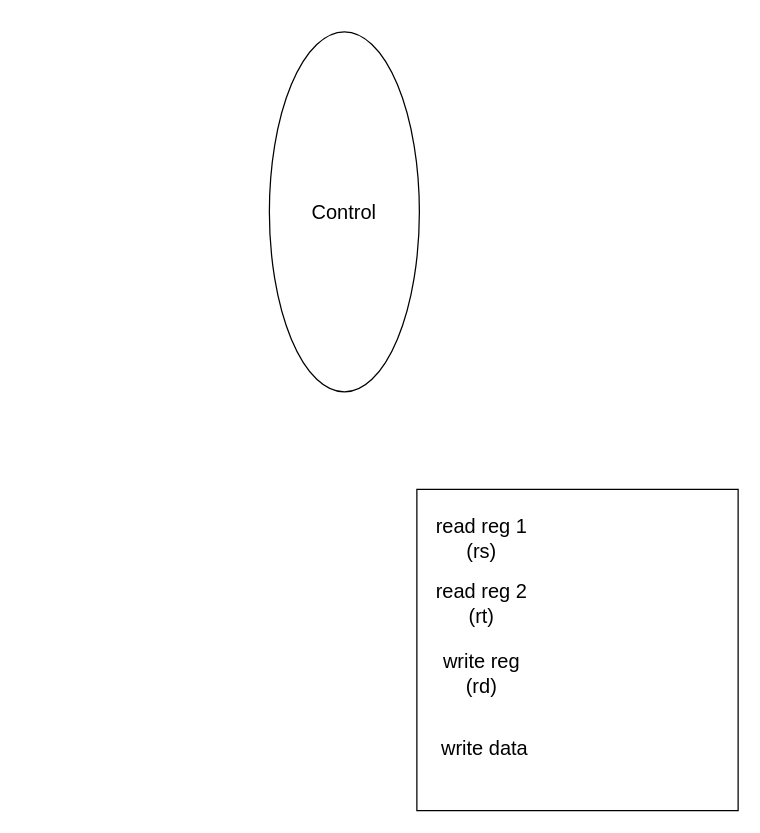
abhinavnandwani/mips-r2000-microprocessor keeps this draw.io diagram as schematic.drawio. Above is the earlier version. Source tidied: cells renumbered, new cells numbered last; positions are measured from the earlier drawing's top-left corner, leaving out a move shared by most shapes. Both pictures are drawn from the tidied source at 125%, with x=0, y=0 at pixel (164, 136).
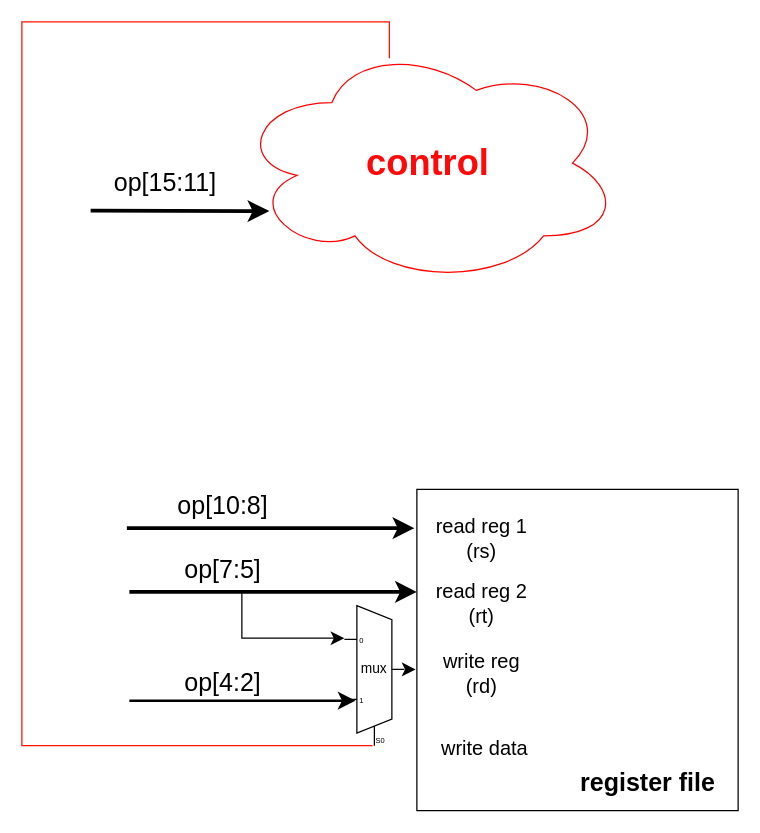
Above is the later version.

The edit, as a diff of the source:
```diff
@@
-    <mxCell id="7" style="ellipse;whiteSpace=wrap;html=1;rotation=-90;" parent="1" vertex="1">
-      <mxGeometry width="288" height="120" as="geometry" />
-    </mxCell>
-    <mxCell id="8" value="Control" style="text;html=1;align=center;verticalAlign=middle;whiteSpace=wrap;rounded=0;fontSize=16;" parent="1" vertex="1">
-      <mxGeometry x="114" y="46.5" width="60" height="27" as="geometry" />
-    </mxCell>
+    <mxCell id="9" style="endArrow=classic;html=1;rounded=0;fontSize=12;startSize=8;endSize=8;curved=1;strokeWidth=3;" parent="1" edge="1">
+      <mxGeometry relative="1" as="geometry">
+        <mxPoint x="-59" y="59" as="sourcePoint" />
+        <mxPoint x="84" y="59.4" as="targetPoint" />
+      </mxGeometry>
+    </mxCell>
+    <mxCell id="10" value="op[15:11]" style="text;html=1;align=center;verticalAlign=middle;whiteSpace=wrap;rounded=0;fontSize=20;" parent="1" vertex="1">
+      <mxGeometry x="-29" y="21" width="60" height="30" as="geometry" />
+    </mxCell>
+    <mxCell id="11" style="endArrow=classic;html=1;rounded=0;fontSize=12;startSize=8;endSize=8;curved=1;strokeWidth=3;" parent="1" edge="1">
+      <mxGeometry relative="1" as="geometry">
+        <mxPoint x="-30" y="313" as="sourcePoint" />
+        <mxPoint x="200" y="313" as="targetPoint" />
+      </mxGeometry>
+    </mxCell>
+    <mxCell id="12" value="op[10:8]" style="text;html=1;align=center;verticalAlign=middle;whiteSpace=wrap;rounded=0;fontSize=20;" parent="1" vertex="1">
+      <mxGeometry x="17" y="279" width="60" height="30" as="geometry" />
+    </mxCell>
+    <mxCell id="13" style="endArrow=classic;html=1;rounded=0;fontSize=12;startSize=8;endSize=8;curved=1;strokeWidth=3;" parent="1" edge="1">
+      <mxGeometry relative="1" as="geometry">
+        <mxPoint x="-28" y="364" as="sourcePoint" />
+        <mxPoint x="202" y="364" as="targetPoint" />
+      </mxGeometry>
+    </mxCell>
+    <mxCell id="14" value="op[7:5]" style="text;html=1;align=center;verticalAlign=middle;whiteSpace=wrap;rounded=0;fontSize=20;" parent="1" vertex="1">
+      <mxGeometry x="17" y="330" width="60" height="30" as="geometry" />
+    </mxCell>
+    <mxCell id="15" style="shadow=0;dashed=0;align=center;html=1;strokeWidth=1;shape=mxgraph.electrical.abstract.mux2;whiteSpace=wrap;" parent="1" vertex="1">
+      <mxGeometry x="144" y="375" width="48" height="112" as="geometry" />
+    </mxCell>
+    <mxCell id="16" style="endArrow=classic;html=1;rounded=0;fontSize=12;startSize=8;endSize=8;strokeWidth=1;entryX=0;entryY=0.2058011049723757;entryDx=0;entryDy=3;entryPerimeter=0;edgeStyle=orthogonalEdgeStyle;" parent="1" edge="1" target="15">
+      <mxGeometry relative="1" as="geometry">
+        <mxPoint x="62" y="365" as="sourcePoint" />
+        <Array as="points">
+          <mxPoint x="62" y="401" />
+        </Array>
+      </mxGeometry>
+    </mxCell>
+    <mxCell id="17" style="endArrow=classic;html=1;rounded=0;fontSize=12;startSize=8;endSize=8;curved=1;" parent="1" edge="1">
+      <mxGeometry relative="1" as="geometry">
+        <mxPoint x="195" y="426" as="sourcePoint" />
+        <mxPoint x="201" y="426" as="targetPoint" />
+      </mxGeometry>
+    </mxCell>
+    <mxCell id="18" style="endArrow=none;html=1;rounded=0;fontSize=12;startSize=8;endSize=8;entryX=0.2619047619047619;entryY=1;entryDx=10;entryDy=0;entryPerimeter=0;edgeStyle=orthogonalEdgeStyle;strokeColor=#ff1100;" parent="1" edge="1" target="15">
+      <mxGeometry relative="1" as="geometry">
+        <mxPoint x="180" y="-63" as="sourcePoint" />
+        <Array as="points">
+          <mxPoint x="180" y="-92" />
+          <mxPoint x="-114" y="-92" />
+          <mxPoint x="-114" y="487" />
+        </Array>
+      </mxGeometry>
+    </mxCell>
+    <mxCell id="19" style="endArrow=classic;html=1;rounded=0;fontSize=12;startSize=8;endSize=8;curved=1;strokeWidth=2;" parent="1" edge="1">
+      <mxGeometry relative="1" as="geometry">
+        <mxPoint x="-28" y="451" as="sourcePoint" />
+        <mxPoint x="153" y="451" as="targetPoint" />
+      </mxGeometry>
+    </mxCell>
+    <mxCell id="20" value="op[4:2]" style="text;html=1;align=center;verticalAlign=middle;whiteSpace=wrap;rounded=0;fontSize=20;" parent="1" vertex="1">
+      <mxGeometry x="17" y="421" width="60" height="30" as="geometry" />
+    </mxCell>
+    <mxCell id="21" value="&lt;b&gt;register file&lt;/b&gt;" style="text;html=1;align=center;verticalAlign=middle;whiteSpace=wrap;rounded=0;fontSize=20;" parent="1" vertex="1">
+      <mxGeometry x="332" y="501" width="110" height="30" as="geometry" />
+    </mxCell>
+    <mxCell id="22" value="mux" style="text;html=1;align=center;verticalAlign=middle;whiteSpace=wrap;rounded=0;fontSize=11;" parent="1" vertex="1">
+      <mxGeometry x="157" y="413" width="22" height="23" as="geometry" />
+    </mxCell>
+    <mxCell id="23" style="ellipse;shape=cloud;whiteSpace=wrap;html=1;fontColor=#FF1C1C;strokeColor=#FF0000;" parent="1" vertex="1">
+      <mxGeometry x="57" y="-76" width="308" height="194" as="geometry" />
+    </mxCell>
+    <mxCell id="24" value="&lt;b style=&quot;font-size: 29px;&quot;&gt;control&lt;/b&gt;" style="text;html=1;align=center;verticalAlign=middle;whiteSpace=wrap;rounded=0;fontSize=29;fontColor=#FF0808;" parent="1" vertex="1">
+      <mxGeometry x="181" y="7.5" width="60" height="27" as="geometry" />
+    </mxCell>
```
